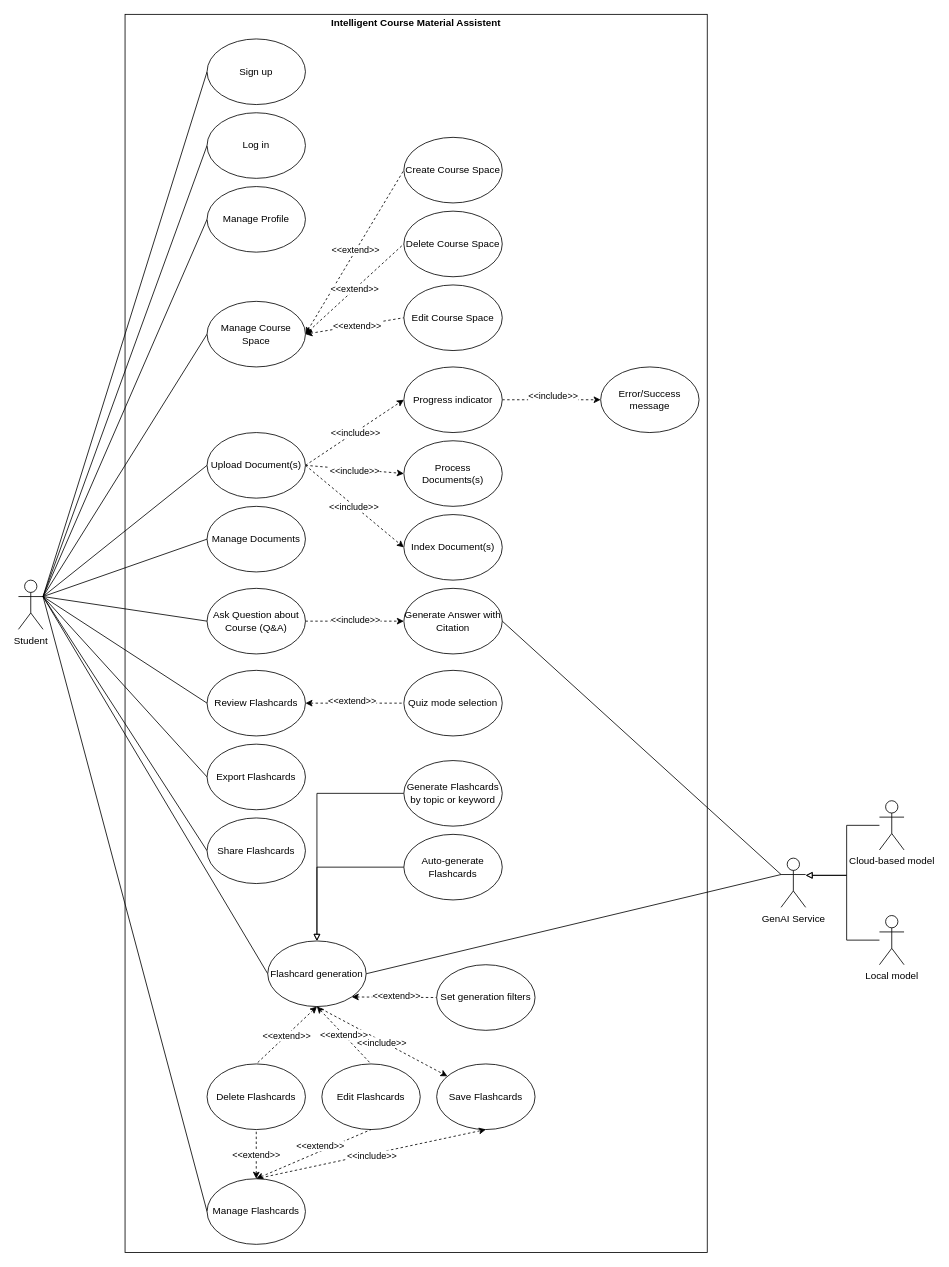
AET-DevOps25/team-LECture-bot keeps this draw.io diagram as docs/UseCaseDiagram.drawio. Above is the earlier version. Source tidied: cells renumbered, new cells numbered last; positions are measured from the earlier drawing's top-left corner, leaving out a move shared by most shapes. Both pictures are drawn from the tidied source at 82%, with x=0, y=0 at pixel (18, 14).
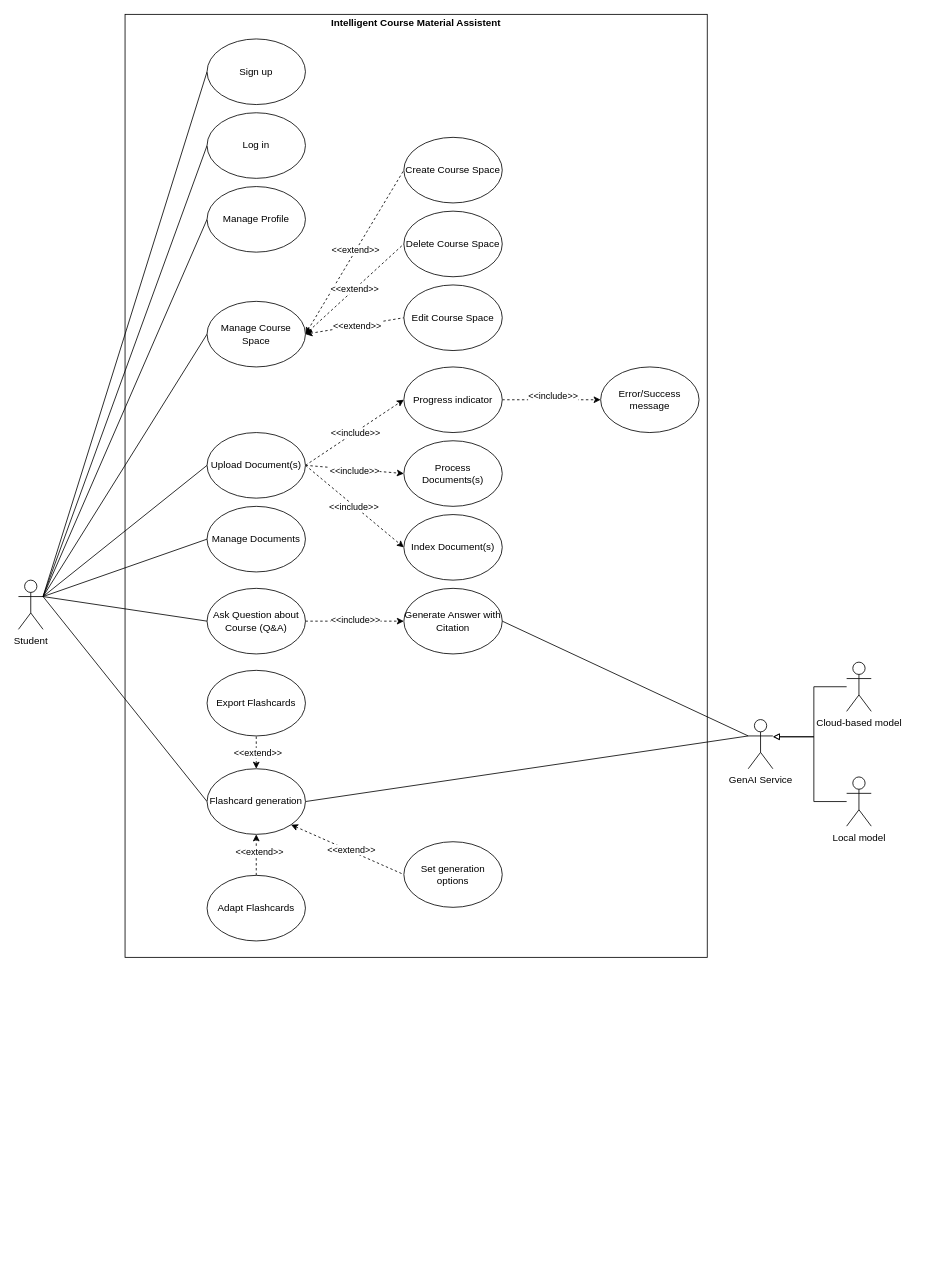
The same diagram, later.

Commit message:
docs: adjusted use case diagram after review and discussion

The change refers to these unchanged cells:
```xml
<mxCell id="15" value="Student" style="shape=umlActor;verticalLabelPosition=bottom;verticalAlign=top;html=1;outlineConnect=0;" parent="1" vertex="1">
  <mxGeometry y="690" width="30" height="60" as="geometry" />
</mxCell>
```

Diff of the diagram source:
```diff
@@
     <mxCell id="2" value="&lt;p style=&quot;margin:0px;margin-top:4px;text-align:center;&quot;&gt;&lt;b&gt;Intelligent Course Material Assistent&lt;/b&gt;&lt;/p&gt;" style="verticalAlign=top;align=left;overflow=fill;html=1;whiteSpace=wrap;" parent="1" vertex="1">
-      <mxGeometry x="130" width="710" height="1510" as="geometry" />
+      <mxGeometry x="130" width="710" height="1150" as="geometry" />
     </mxCell>
@@
-    <mxCell id="9" style="edgeStyle=none;rounded=0;jettySize=auto;html=1;exitX=1;exitY=0.3333333333333333;exitDx=0;exitDy=0;exitPerimeter=0;entryX=0;entryY=0.5;entryDx=0;entryDy=0;endArrow=none;startFill=0;" parent="1" edge="1" source="15" target="45">
+    <mxCell id="9" style="edgeStyle=none;rounded=0;jettySize=auto;html=1;exitX=0.5;exitY=0;exitDx=0;exitDy=0;entryX=0.5;entryY=1;entryDx=0;entryDy=0;endArrow=none;startFill=1;dashed=1;startArrow=classic;" parent="1" edge="1" source="44" target="45">
       <mxGeometry relative="1" as="geometry" />
     </mxCell>
-    <mxCell id="10" style="edgeStyle=none;rounded=0;jettySize=auto;html=1;exitX=1;exitY=0.3333333333333333;exitDx=0;exitDy=0;exitPerimeter=0;entryX=0;entryY=0.5;entryDx=0;entryDy=0;endArrow=none;startFill=0;" parent="1" edge="1" source="15" target="46">
-      <mxGeometry relative="1" as="geometry" />
-    </mxCell>
-    <mxCell id="11" style="edgeStyle=none;rounded=0;jettySize=auto;html=1;exitX=1;exitY=0.3333333333333333;exitDx=0;exitDy=0;exitPerimeter=0;entryX=0;entryY=0.5;entryDx=0;entryDy=0;endArrow=none;startFill=0;" parent="1" edge="1" source="15" target="58">
-      <mxGeometry relative="1" as="geometry" />
-    </mxCell>
+    <mxCell id="84" value="&amp;lt;&amp;lt;extend&amp;gt;&amp;gt;" style="edgeLabel;html=1;align=center;verticalAlign=middle;" parent="9" vertex="1">
+      <mxGeometry x="-0.01" y="-1" relative="1" as="geometry" />
+    </mxCell>
@@
-    <mxCell id="13" style="edgeStyle=none;rounded=0;jettySize=auto;html=1;exitX=1;exitY=0.3333333333333333;exitDx=0;exitDy=0;exitPerimeter=0;entryX=0;entryY=0.5;entryDx=0;entryDy=0;endArrow=none;startFill=0;" parent="1" edge="1" source="15" target="74">
-      <mxGeometry relative="1" as="geometry" />
-    </mxCell>
@@
     <mxCell id="17" value="GenAI Service" style="shape=umlActor;verticalLabelPosition=bottom;verticalAlign=top;html=1;outlineConnect=0;" parent="1" vertex="1">
-      <mxGeometry x="930" y="1029" width="30" height="60" as="geometry" />
+      <mxGeometry x="890" y="860" width="30" height="60" as="geometry" />
     </mxCell>
@@
-    <mxCell id="38" style="edgeStyle=none;rounded=0;jettySize=auto;html=1;exitX=0.5;exitY=1;exitDx=0;exitDy=0;dashed=1;" parent="1" edge="1" source="44" target="61">
-      <mxGeometry relative="1" as="geometry" />
-    </mxCell>
-    <mxCell id="39" value="&amp;lt;&amp;lt;include&amp;gt;&amp;gt;" style="edgeLabel;html=1;align=center;verticalAlign=middle;" parent="38" vertex="1">
-      <mxGeometry y="-1" relative="1" as="geometry" />
-    </mxCell>
-    <mxCell id="40" style="edgeStyle=none;rounded=0;jettySize=auto;html=1;exitX=0.5;exitY=1;exitDx=0;exitDy=0;entryX=0.5;entryY=0;entryDx=0;entryDy=0;dashed=1;startArrow=classic;startFill=1;endArrow=none;" parent="1" edge="1" source="44" target="59">
-      <mxGeometry relative="1" as="geometry" />
-    </mxCell>
-    <mxCell id="41" value="&amp;lt;&amp;lt;extend&amp;gt;&amp;gt;" style="edgeLabel;html=1;align=center;verticalAlign=middle;" parent="40" vertex="1">
-      <mxGeometry relative="1" as="geometry" />
-    </mxCell>
-    <mxCell id="42" style="edgeStyle=none;rounded=0;jettySize=auto;html=1;exitX=0.5;exitY=1;exitDx=0;exitDy=0;entryX=0.5;entryY=0;entryDx=0;entryDy=0;dashed=1;startArrow=classic;startFill=1;endArrow=none;" parent="1" edge="1" source="44" target="60">
-      <mxGeometry relative="1" as="geometry" />
-    </mxCell>
-    <mxCell id="43" value="&amp;lt;&amp;lt;extend&amp;gt;&amp;gt;" style="edgeLabel;html=1;align=center;verticalAlign=middle;" parent="42" vertex="1">
-      <mxGeometry x="0.01" relative="1" as="geometry" />
-    </mxCell>
     <mxCell id="44" value="Flashcard generation" style="ellipse;whiteSpace=wrap;html=1;" parent="1" vertex="1">
-      <mxGeometry x="304" y="1130" width="120" height="80" as="geometry" />
+      <mxGeometry x="230" y="920" width="120" height="80" as="geometry" />
     </mxCell>
     <mxCell id="45" value="Export Flashcards" style="ellipse;whiteSpace=wrap;html=1;" parent="1" vertex="1">
-      <mxGeometry x="230" y="890" width="120" height="80" as="geometry" />
+      <mxGeometry x="230" y="800" width="120" height="80" as="geometry" />
     </mxCell>
-    <mxCell id="46" value="Share Flashcards" style="ellipse;whiteSpace=wrap;html=1;" parent="1" vertex="1">
-      <mxGeometry x="230" y="980" width="120" height="80" as="geometry" />
-    </mxCell>
-    <mxCell id="47" style="edgeStyle=orthogonalEdgeStyle;rounded=0;jettySize=auto;html=1;exitX=0;exitY=0.5;exitDx=0;exitDy=0;endArrow=block;endFill=0;strokeColor=default;" parent="1" edge="1" source="48" target="44">
-      <mxGeometry relative="1" as="geometry" />
-    </mxCell>
-    <mxCell id="48" value="Auto-generate Flashcards" style="ellipse;whiteSpace=wrap;html=1;" parent="1" vertex="1">
-      <mxGeometry x="470" y="1000" width="120" height="80" as="geometry" />
-    </mxCell>
-    <mxCell id="49" style="edgeStyle=orthogonalEdgeStyle;rounded=0;jettySize=auto;html=1;exitX=0;exitY=0.5;exitDx=0;exitDy=0;endArrow=block;endFill=0;entryX=0.5;entryY=0;entryDx=0;entryDy=0;" parent="1" edge="1" source="50" target="44">
-      <mxGeometry relative="1" as="geometry" />
-    </mxCell>
-    <mxCell id="50" value="Generate Flashcards by topic or keyword" style="ellipse;whiteSpace=wrap;html=1;" parent="1" vertex="1">
-      <mxGeometry x="470" y="910" width="120" height="80" as="geometry" />
-    </mxCell>
-    <mxCell id="51" value="Set generation filters" style="ellipse;whiteSpace=wrap;html=1;" parent="1" vertex="1">
-      <mxGeometry x="510" y="1159" width="120" height="80" as="geometry" />
+    <mxCell id="51" value="Set generation options" style="ellipse;whiteSpace=wrap;html=1;" parent="1" vertex="1">
+      <mxGeometry x="470" y="1009" width="120" height="80" as="geometry" />
     </mxCell>
@@
-    <mxCell id="56" style="edgeStyle=none;rounded=0;jettySize=auto;html=1;endArrow=none;startFill=1;dashed=1;endFill=1;startArrow=classic;" parent="1" edge="1" source="58" target="65">
-      <mxGeometry relative="1" as="geometry" />
-    </mxCell>
-    <mxCell id="57" value="&amp;lt;&amp;lt;extend&amp;gt;&amp;gt;" style="edgeLabel;html=1;align=center;verticalAlign=middle;" parent="56" vertex="1">
-      <mxGeometry x="-0.07" y="3" relative="1" as="geometry" />
-    </mxCell>
-    <mxCell id="58" value="Review Flashcards" style="ellipse;whiteSpace=wrap;html=1;" parent="1" vertex="1">
-      <mxGeometry x="230" y="800" width="120" height="80" as="geometry" />
-    </mxCell>
-    <mxCell id="59" value="Edit Flashcards" style="ellipse;whiteSpace=wrap;html=1;" parent="1" vertex="1">
-      <mxGeometry x="370" y="1280" width="120" height="80" as="geometry" />
-    </mxCell>
-    <mxCell id="60" value="Delete Flashcards" style="ellipse;whiteSpace=wrap;html=1;" parent="1" vertex="1">
-      <mxGeometry x="230" y="1280" width="120" height="80" as="geometry" />
-    </mxCell>
-    <mxCell id="61" value="Save Flashcards" style="ellipse;whiteSpace=wrap;html=1;" parent="1" vertex="1">
-      <mxGeometry x="510" y="1280" width="120" height="80" as="geometry" />
-    </mxCell>
     <mxCell id="62" value="Cloud-based model" style="shape=umlActor;verticalLabelPosition=bottom;verticalAlign=top;html=1;outlineConnect=0;" parent="1" vertex="1">
-      <mxGeometry x="1050" y="959" width="30" height="60" as="geometry" />
+      <mxGeometry x="1010" y="790" width="30" height="60" as="geometry" />
     </mxCell>
     <mxCell id="63" style="edgeStyle=orthogonalEdgeStyle;rounded=0;jettySize=auto;html=1;endArrow=block;endFill=0;" parent="1" edge="1" source="64">
       <mxGeometry relative="1" as="geometry">
-        <mxPoint x="960" y="1050" as="targetPoint" />
+        <mxPoint x="920" y="881" as="targetPoint" />
         <Array as="points">
-          <mxPoint x="1010" y="1129" />
-          <mxPoint x="1010" y="1050" />
+          <mxPoint x="970" y="960" />
+          <mxPoint x="970" y="881" />
         </Array>
       </mxGeometry>
     </mxCell>
     <mxCell id="64" value="Local model" style="shape=umlActor;verticalLabelPosition=bottom;verticalAlign=top;html=1;outlineConnect=0;" parent="1" vertex="1">
-      <mxGeometry x="1050" y="1099" width="30" height="60" as="geometry" />
+      <mxGeometry x="1010" y="930" width="30" height="60" as="geometry" />
     </mxCell>
-    <mxCell id="65" value="Quiz mode selection" style="ellipse;whiteSpace=wrap;html=1;" parent="1" vertex="1">
-      <mxGeometry x="470" y="800" width="120" height="80" as="geometry" />
-    </mxCell>
@@
-    <mxCell id="68" style="edgeStyle=none;rounded=0;jettySize=auto;html=1;exitX=0.5;exitY=0;exitDx=0;exitDy=0;entryX=0.5;entryY=1;entryDx=0;entryDy=0;dashed=1;endArrow=none;startFill=1;startArrow=classic;" parent="1" edge="1" source="74" target="60">
-      <mxGeometry relative="1" as="geometry" />
-    </mxCell>
-    <mxCell id="69" value="&amp;lt;&amp;lt;extend&amp;gt;&amp;gt;" style="edgeLabel;html=1;align=center;verticalAlign=middle;" parent="68" vertex="1">
-      <mxGeometry y="1" relative="1" as="geometry" />
-    </mxCell>
-    <mxCell id="70" style="edgeStyle=none;rounded=0;jettySize=auto;html=1;exitX=0.5;exitY=0;exitDx=0;exitDy=0;entryX=0.5;entryY=1;entryDx=0;entryDy=0;dashed=1;startArrow=classic;startFill=1;endArrow=none;" parent="1" edge="1" source="74" target="59">
-      <mxGeometry relative="1" as="geometry" />
-    </mxCell>
-    <mxCell id="71" value="&amp;lt;&amp;lt;extend&amp;gt;&amp;gt;" style="edgeLabel;html=1;align=center;verticalAlign=middle;" parent="70" vertex="1">
-      <mxGeometry y="-3" relative="1" as="geometry">
-        <mxPoint x="6" y="-13" as="offset" />
-      </mxGeometry>
-    </mxCell>
-    <mxCell id="72" style="edgeStyle=none;rounded=0;jettySize=auto;html=1;exitX=0.5;exitY=0;exitDx=0;exitDy=0;entryX=0.5;entryY=1;entryDx=0;entryDy=0;dashed=1;" parent="1" edge="1" source="74" target="61">
-      <mxGeometry relative="1" as="geometry" />
-    </mxCell>
-    <mxCell id="73" value="&amp;lt;&amp;lt;include&amp;gt;&amp;gt;" style="edgeLabel;html=1;align=center;verticalAlign=middle;" parent="72" vertex="1">
-      <mxGeometry y="-1" relative="1" as="geometry" />
-    </mxCell>
+    <mxCell id="85" style="edgeStyle=none;html=1;exitX=0.5;exitY=0;exitDx=0;exitDy=0;entryX=0.5;entryY=1;entryDx=0;entryDy=0;dashed=1;" parent="1" edge="1" source="74" target="44">
+      <mxGeometry relative="1" as="geometry" />
+    </mxCell>
+    <mxCell id="86" value="&amp;lt;&amp;lt;extend&amp;gt;&amp;gt;" style="edgeLabel;html=1;align=center;verticalAlign=middle;" parent="85" vertex="1">
+      <mxGeometry x="0.16" y="-3" relative="1" as="geometry" />
+    </mxCell>
-    <mxCell id="74" value="Manage Flashcards" style="ellipse;whiteSpace=wrap;html=1;" parent="1" vertex="1">
-      <mxGeometry x="230" y="1420" width="120" height="80" as="geometry" />
+    <mxCell id="74" value="Adapt Flashcards" style="ellipse;whiteSpace=wrap;html=1;" parent="1" vertex="1">
+      <mxGeometry x="230" y="1050" width="120" height="80" as="geometry" />
     </mxCell>
     <mxCell id="75" style="edgeStyle=orthogonalEdgeStyle;rounded=0;jettySize=auto;html=1;endArrow=block;endFill=0;" parent="1" edge="1" source="62">
       <mxGeometry relative="1" as="geometry">
-        <mxPoint x="960" y="1050" as="targetPoint" />
+        <mxPoint x="920" y="881" as="targetPoint" />
         <Array as="points">
-          <mxPoint x="1010" y="989" />
-          <mxPoint x="1010" y="1050" />
+          <mxPoint x="970" y="820" />
+          <mxPoint x="970" y="881" />
         </Array>
       </mxGeometry>
     </mxCell>
```
